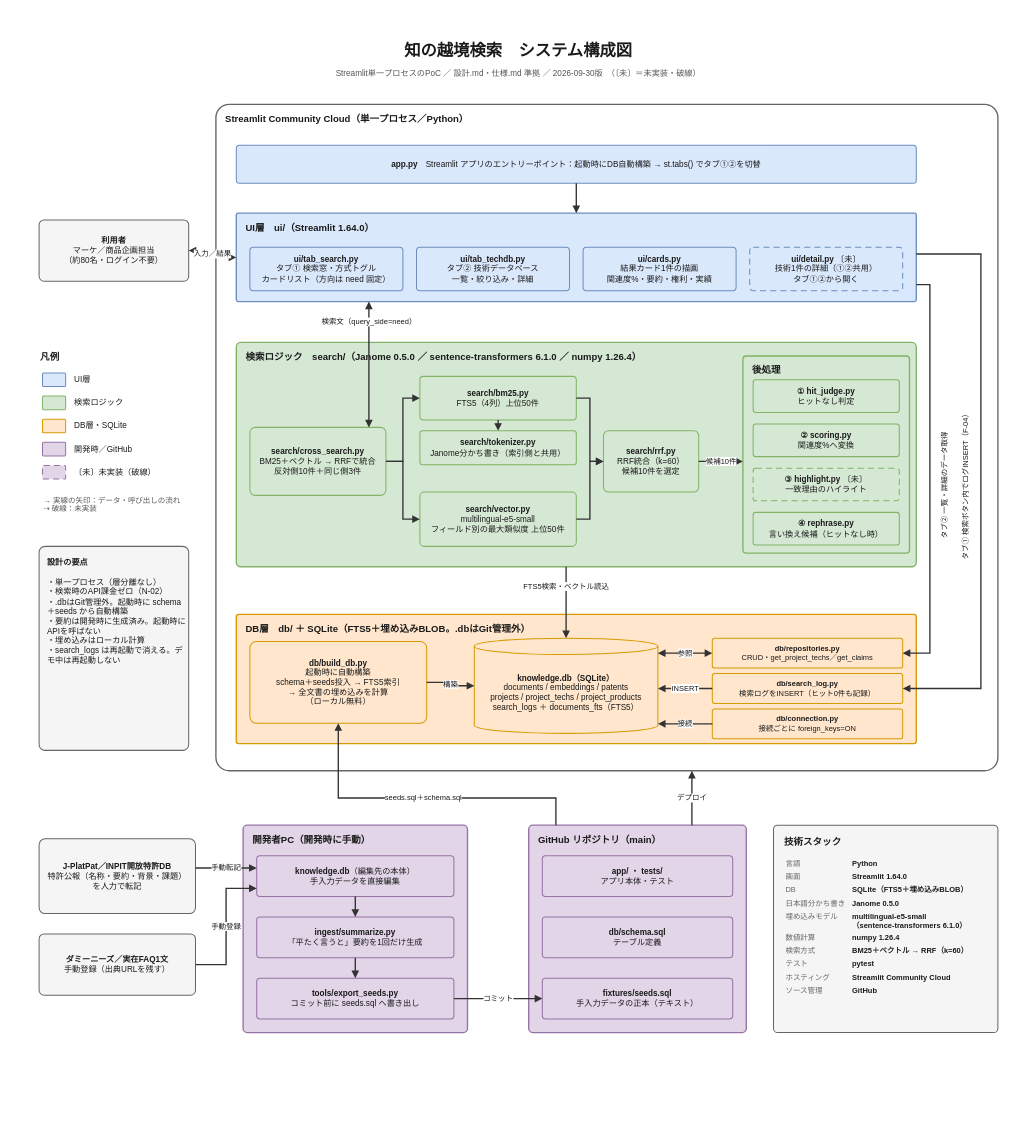
Before: docs/architecture/architecture.drawio in osamu-jake/GoodJoB, a draw.io diagram. Source tidied: cells renumbered, new cells numbered last; positions are measured from the earlier drawing's top-left corner, leaving out a move shared by most shapes. Both pictures are drawn from the tidied source at 68%, with x=0, y=0 at pixel (39, 39).
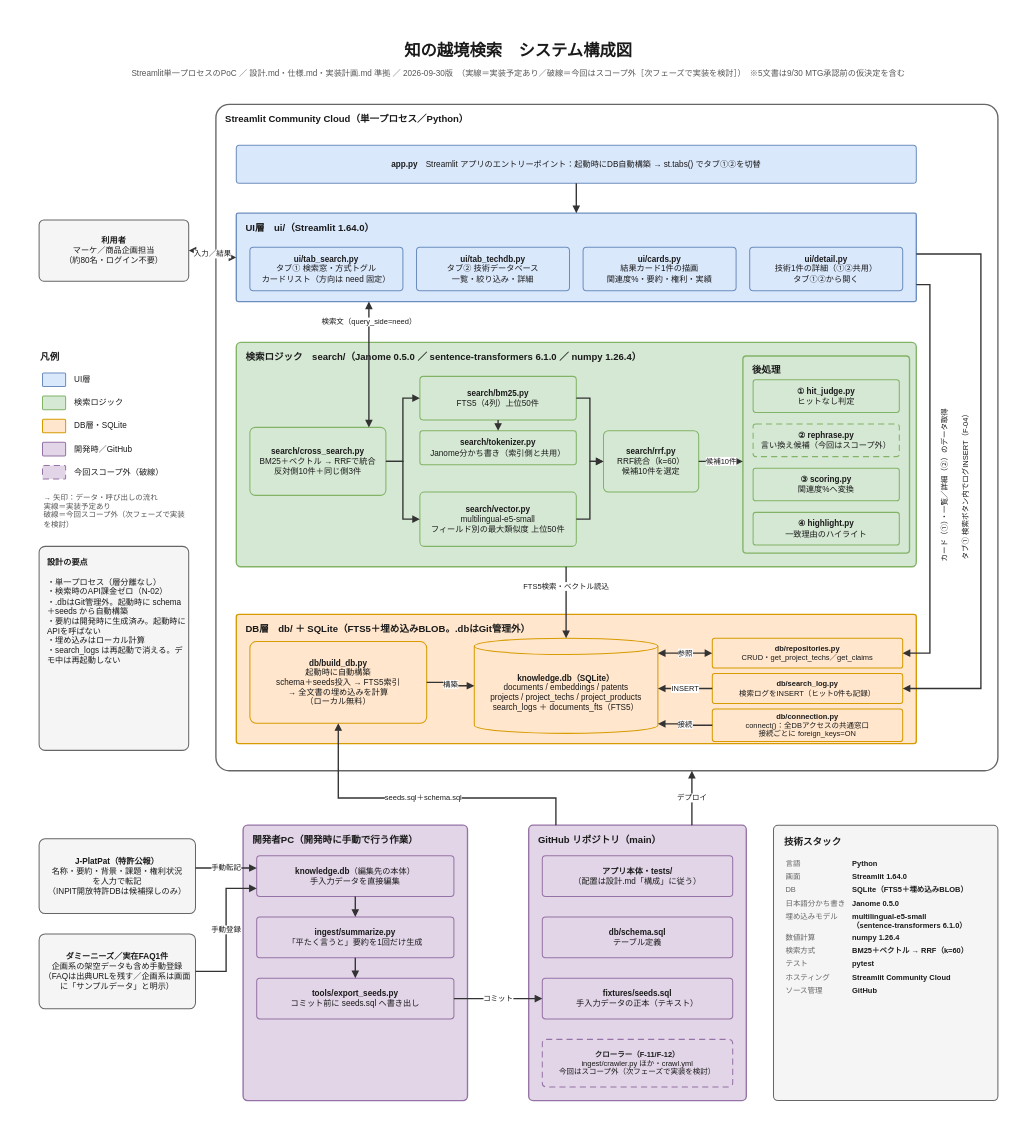
The same page after the edit.

Commit message (it also covers changes not shown here):
docs(infra): 構成図・ER図を「実装予定あり／今回スコープ外」の実線/破線に修正しレビュー指摘へ対応 (#11)

Unchanged cells that the change refers to:
```xml
<mxCell id="14" value="&lt;b&gt;search/bm25.py&lt;/b&gt;&lt;br&gt;FTS5（4列）上位50件" style="rounded=1;arcSize=8;whiteSpace=wrap;html=1;fillColor=#D5E8D4;strokeColor=#82B366;strokeWidth=1.5;fontFamily=Meiryo UI;fontSize=12;fontColor=#1A1A1A;spacing=4;" parent="1" vertex="1">
  <mxGeometry x="560" y="496" width="230" height="64" as="geometry" />
</mxCell>
<mxCell id="15" value="&lt;b&gt;search/tokenizer.py&lt;/b&gt;&lt;br&gt;Janome分かち書き（索引側と共用）" style="rounded=1;arcSize=8;whiteSpace=wrap;html=1;fillColor=#D5E8D4;strokeColor=#82B366;strokeWidth=1.5;fontFamily=Meiryo UI;fontSize=12;fontColor=#1A1A1A;spacing=4;" parent="1" vertex="1">
  <mxGeometry x="560" y="576" width="230" height="50" as="geometry" />
</mxCell>
```

What changed in the source:
```diff
@@
+    <mxCell id="78" style="rounded=0;whiteSpace=wrap;html=1;fillColor=#FFFFFF;strokeColor=none;" parent="1" vertex="1">
+      <mxGeometry x="-40" y="-40" width="1490" height="1641" as="geometry" />
+    </mxCell>
@@
-    <mxCell id="3" value="Streamlit単一プロセスのPoC ／ 設計.md・仕様.md 準拠 ／ 2026-09-30版　（〔未〕＝未実装・破線）" style="text;html=1;whiteSpace=wrap;align=center;verticalAlign=middle;fontFamily=Meiryo UI;fontSize=12;fontColor=#555555;" parent="1" vertex="1">
+    <mxCell id="3" value="Streamlit単一プロセスのPoC ／ 設計.md・仕様.md・実装計画.md 準拠 ／ 2026-09-30版　（実線＝実装予定あり／破線＝今回はスコープ外［次フェーズで実装を検討］）　※5文書は9/30 MTG承認前の仮決定を含む" style="text;html=1;whiteSpace=wrap;align=center;verticalAlign=middle;fontFamily=Meiryo UI;fontSize=12;fontColor=#555555;" parent="1" vertex="1">
       <mxGeometry y="38" width="1410" height="26" as="geometry" />
     </mxCell>
@@
-    <mxCell id="11" value="&lt;b&gt;ui/detail.py&lt;/b&gt; 〔未〕&lt;br&gt;技術1件の詳細（①②共用）&lt;br&gt;タブ①②から開く" style="rounded=1;arcSize=8;whiteSpace=wrap;html=1;fillColor=#DAE8FC;strokeColor=#6C8EBF;strokeWidth=1.5;fontFamily=Meiryo UI;fontSize=12;fontColor=#1A1A1A;spacing=4;dashed=1;dashPattern=6 4;" parent="1" vertex="1">
+    <mxCell id="11" value="&lt;b&gt;ui/detail.py&lt;/b&gt;&lt;br&gt;技術1件の詳細（①②共用）&lt;br&gt;タブ①②から開く" style="rounded=1;arcSize=8;whiteSpace=wrap;html=1;fillColor=#DAE8FC;strokeColor=#6C8EBF;strokeWidth=1.5;fontFamily=Meiryo UI;fontSize=12;fontColor=#1A1A1A;spacing=4;" parent="1" vertex="1">
       <mxGeometry x="1045" y="306" width="225" height="64" as="geometry" />
     </mxCell>
@@
-    <mxCell id="20" value="&lt;b&gt;② scoring.py&lt;/b&gt;&lt;br&gt;関連度%へ変換" style="rounded=1;arcSize=8;whiteSpace=wrap;html=1;fillColor=#D5E8D4;strokeColor=#82B366;strokeWidth=1.5;fontFamily=Meiryo UI;fontSize=12;fontColor=#1A1A1A;spacing=4;" parent="1" vertex="1">
-      <mxGeometry x="1050" y="566" width="215" height="48" as="geometry" />
+    <mxCell id="20" value="&lt;b&gt;③ scoring.py&lt;/b&gt;&lt;br&gt;関連度%へ変換" style="rounded=1;arcSize=8;whiteSpace=wrap;html=1;fillColor=#D5E8D4;strokeColor=#82B366;strokeWidth=1.5;fontFamily=Meiryo UI;fontSize=12;fontColor=#1A1A1A;spacing=4;" parent="1" vertex="1">
+      <mxGeometry x="1050" y="631" width="215" height="48" as="geometry" />
     </mxCell>
-    <mxCell id="21" value="&lt;b&gt;③ highlight.py&lt;/b&gt; 〔未〕&lt;br&gt;一致理由のハイライト" style="rounded=1;arcSize=8;whiteSpace=wrap;html=1;fillColor=#D5E8D4;strokeColor=#82B366;strokeWidth=1.5;fontFamily=Meiryo UI;fontSize=12;fontColor=#1A1A1A;spacing=4;dashed=1;dashPattern=6 4;" parent="1" vertex="1">
-      <mxGeometry x="1050" y="631" width="215" height="48" as="geometry" />
+    <mxCell id="21" value="&lt;b&gt;④ highlight.py&lt;/b&gt;&lt;br&gt;一致理由のハイライト" style="rounded=1;arcSize=8;whiteSpace=wrap;html=1;fillColor=#D5E8D4;strokeColor=#82B366;strokeWidth=1.5;fontFamily=Meiryo UI;fontSize=12;fontColor=#1A1A1A;spacing=4;" parent="1" vertex="1">
+      <mxGeometry x="1050" y="696" width="215" height="48" as="geometry" />
     </mxCell>
-    <mxCell id="22" value="&lt;b&gt;④ rephrase.py&lt;/b&gt;&lt;br&gt;言い換え候補（ヒットなし時）" style="rounded=1;arcSize=8;whiteSpace=wrap;html=1;fillColor=#D5E8D4;strokeColor=#82B366;strokeWidth=1.5;fontFamily=Meiryo UI;fontSize=12;fontColor=#1A1A1A;spacing=4;" parent="1" vertex="1">
-      <mxGeometry x="1050" y="696" width="215" height="48" as="geometry" />
+    <mxCell id="22" value="&lt;b&gt;② rephrase.py&lt;/b&gt;&lt;br&gt;言い換え候補（今回はスコープ外）" style="rounded=1;arcSize=8;whiteSpace=wrap;html=1;fillColor=#D5E8D4;strokeColor=#82B366;strokeWidth=1.5;fontFamily=Meiryo UI;fontSize=12;fontColor=#1A1A1A;spacing=4;dashed=1;dashPattern=6 4;" parent="1" vertex="1">
+      <mxGeometry x="1050" y="566" width="215" height="48" as="geometry" />
     </mxCell>
@@
-    <mxCell id="28" value="&lt;b&gt;db/connection.py&lt;/b&gt;&lt;br&gt;接続ごとに foreign_keys=ON" style="rounded=1;arcSize=8;whiteSpace=wrap;html=1;fillColor=#FFE6CC;strokeColor=#D79B00;strokeWidth=1.5;fontFamily=Meiryo UI;fontSize=11;fontColor=#1A1A1A;spacing=4;" parent="1" vertex="1">
-      <mxGeometry x="990" y="985" width="280" height="44" as="geometry" />
+    <mxCell id="28" value="&lt;b&gt;db/connection.py&lt;/b&gt;&lt;br&gt;connect()：全DBアクセスの共通窓口&lt;br&gt;接続ごとに foreign_keys=ON" style="rounded=1;arcSize=8;whiteSpace=wrap;html=1;fillColor=#FFE6CC;strokeColor=#D79B00;strokeWidth=1.5;fontFamily=Meiryo UI;fontSize=11;fontColor=#1A1A1A;spacing=4;" parent="1" vertex="1">
+      <mxGeometry x="990" y="985" width="280" height="48" as="geometry" />
     </mxCell>
-    <mxCell id="29" value="&lt;b&gt;J-PlatPat／INPIT開放特許DB&lt;/b&gt;&lt;br&gt;特許公報（名称・要約・背景・課題）&lt;br&gt;を人力で転記" style="rounded=1;arcSize=8;whiteSpace=wrap;html=1;fillColor=#F5F5F5;strokeColor=#666666;strokeWidth=1.5;fontFamily=Meiryo UI;fontSize=12;fontColor=#1A1A1A;spacing=4;" parent="1" vertex="1">
+    <mxCell id="29" value="&lt;b&gt;J-PlatPat（特許公報）&lt;/b&gt;&lt;br&gt;名称・要約・背景・課題・権利状況&lt;br&gt;を人力で転記&lt;br&gt;（INPIT開放特許DBは候補探しのみ）" style="rounded=1;arcSize=8;whiteSpace=wrap;html=1;fillColor=#F5F5F5;strokeColor=#666666;strokeWidth=1.5;fontFamily=Meiryo UI;fontSize=12;fontColor=#1A1A1A;spacing=4;" parent="1" vertex="1">
       <mxGeometry y="1176" width="230" height="110" as="geometry" />
     </mxCell>
-    <mxCell id="30" value="&lt;b&gt;ダミーニーズ／実在FAQ1文&lt;/b&gt;&lt;br&gt;手動登録（出典URLを残す）" style="rounded=1;arcSize=8;whiteSpace=wrap;html=1;fillColor=#F5F5F5;strokeColor=#666666;strokeWidth=1.5;fontFamily=Meiryo UI;fontSize=12;fontColor=#1A1A1A;spacing=4;" parent="1" vertex="1">
-      <mxGeometry y="1316" width="230" height="90" as="geometry" />
+    <mxCell id="30" value="&lt;b&gt;ダミーニーズ／実在FAQ1件&lt;/b&gt;&lt;br&gt;企画系の架空データも含め手動登録&lt;br&gt;（FAQは出典URLを残す／企画系は画面に「サンプルデータ」と明示）" style="rounded=1;arcSize=8;whiteSpace=wrap;html=1;fillColor=#F5F5F5;strokeColor=#666666;strokeWidth=1.5;fontFamily=Meiryo UI;fontSize=12;fontColor=#1A1A1A;spacing=4;" parent="1" vertex="1">
+      <mxGeometry y="1316" width="230" height="110" as="geometry" />
     </mxCell>
-    <mxCell id="31" value="開発者PC（開発時に手動）" style="rounded=1;arcSize=2;whiteSpace=wrap;html=1;fillColor=#E1D5E7;strokeColor=#9673A6;strokeWidth=2;fontFamily=Meiryo UI;fontSize=14;fontStyle=1;fontColor=#1A1A1A;verticalAlign=top;align=left;spacingLeft=12;spacingTop=6;" parent="1" vertex="1">
-      <mxGeometry x="300" y="1156" width="330" height="305" as="geometry" />
+    <mxCell id="31" value="開発者PC（開発時に手動で行う作業）" style="rounded=1;arcSize=2;whiteSpace=wrap;html=1;fillColor=#E1D5E7;strokeColor=#9673A6;strokeWidth=2;fontFamily=Meiryo UI;fontSize=14;fontStyle=1;fontColor=#1A1A1A;verticalAlign=top;align=left;spacingLeft=12;spacingTop=6;" parent="1" vertex="1">
+      <mxGeometry x="300" y="1156" width="330" height="405" as="geometry" />
     </mxCell>
@@
     <mxCell id="35" value="GitHub リポジトリ（main）" style="rounded=1;arcSize=2;whiteSpace=wrap;html=1;fillColor=#E1D5E7;strokeColor=#9673A6;strokeWidth=2;fontFamily=Meiryo UI;fontSize=14;fontStyle=1;fontColor=#1A1A1A;verticalAlign=top;align=left;spacingLeft=12;spacingTop=6;" parent="1" vertex="1">
-      <mxGeometry x="720" y="1156" width="320" height="305" as="geometry" />
+      <mxGeometry x="720" y="1156" width="320" height="405" as="geometry" />
     </mxCell>
-    <mxCell id="36" value="&lt;b&gt;app/ ・ tests/&lt;/b&gt;&lt;br&gt;アプリ本体・テスト" style="rounded=1;arcSize=8;whiteSpace=wrap;html=1;fillColor=#E1D5E7;strokeColor=#9673A6;strokeWidth=1.5;fontFamily=Meiryo UI;fontSize=12;fontColor=#1A1A1A;spacing=4;" parent="1" vertex="1">
+    <mxCell id="36" value="&lt;b&gt;アプリ本体・tests/&lt;/b&gt;&lt;br&gt;（配置は設計.md「構成」に従う）" style="rounded=1;arcSize=8;whiteSpace=wrap;html=1;fillColor=#E1D5E7;strokeColor=#9673A6;strokeWidth=1.5;fontFamily=Meiryo UI;fontSize=12;fontColor=#1A1A1A;spacing=4;" parent="1" vertex="1">
       <mxGeometry x="740" y="1201" width="280" height="60" as="geometry" />
     </mxCell>
@@
     <mxCell id="39" value="&lt;b style=&quot;font-size:14px&quot;&gt;技術スタック&lt;/b&gt;&lt;br&gt;&lt;br&gt;&lt;table style=&quot;font-size:11px;text-align:left&quot;&gt;&lt;tr&gt;&lt;td style=&quot;padding:2px 8px 2px 0;color:#666666;white-space:nowrap;vertical-align:top&quot;&gt;言語&lt;/td&gt;&lt;td style=&quot;padding:2px 0&quot;&gt;&lt;b&gt;Python&lt;/b&gt;&lt;/td&gt;&lt;/tr&gt;&lt;tr&gt;&lt;td style=&quot;padding:2px 8px 2px 0;color:#666666;white-space:nowrap;vertical-align:top&quot;&gt;画面&lt;/td&gt;&lt;td style=&quot;padding:2px 0&quot;&gt;&lt;b&gt;Streamlit 1.64.0&lt;/b&gt;&lt;/td&gt;&lt;/tr&gt;&lt;tr&gt;&lt;td style=&quot;padding:2px 8px 2px 0;color:#666666;white-space:nowrap;vertical-align:top&quot;&gt;DB&lt;/td&gt;&lt;td style=&quot;padding:2px 0&quot;&gt;&lt;b&gt;SQLite（FTS5＋埋め込みBLOB）&lt;/b&gt;&lt;/td&gt;&lt;/tr&gt;&lt;tr&gt;&lt;td style=&quot;padding:2px 8px 2px 0;color:#666666;white-space:nowrap;vertical-align:top&quot;&gt;日本語分かち書き&lt;/td&gt;&lt;td style=&quot;padding:2px 0&quot;&gt;&lt;b&gt;Janome 0.5.0&lt;/b&gt;&lt;/td&gt;&lt;/tr&gt;&lt;tr&gt;&lt;td style=&quot;padding:2px 8px 2px 0;color:#666666;white-space:nowrap;vertical-align:top&quot;&gt;埋め込みモデル&lt;/td&gt;&lt;td style=&quot;padding:2px 0&quot;&gt;&lt;b&gt;multilingual-e5-small&lt;br&gt;（sentence-transformers 6.1.0）&lt;/b&gt;&lt;/td&gt;&lt;/tr&gt;&lt;tr&gt;&lt;td style=&quot;padding:2px 8px 2px 0;color:#666666;white-space:nowrap;vertical-align:top&quot;&gt;数値計算&lt;/td&gt;&lt;td style=&quot;padding:2px 0&quot;&gt;&lt;b&gt;numpy 1.26.4&lt;/b&gt;&lt;/td&gt;&lt;/tr&gt;&lt;tr&gt;&lt;td style=&quot;padding:2px 8px 2px 0;color:#666666;white-space:nowrap;vertical-align:top&quot;&gt;検索方式&lt;/td&gt;&lt;td style=&quot;padding:2px 0&quot;&gt;&lt;b&gt;BM25＋ベクトル → RRF（k=60）&lt;/b&gt;&lt;/td&gt;&lt;/tr&gt;&lt;tr&gt;&lt;td style=&quot;padding:2px 8px 2px 0;color:#666666;white-space:nowrap;vertical-align:top&quot;&gt;テスト&lt;/td&gt;&lt;td style=&quot;padding:2px 0&quot;&gt;&lt;b&gt;pytest&lt;/b&gt;&lt;/td&gt;&lt;/tr&gt;&lt;tr&gt;&lt;td style=&quot;padding:2px 8px 2px 0;color:#666666;white-space:nowrap;vertical-align:top&quot;&gt;ホスティング&lt;/td&gt;&lt;td style=&quot;padding:2px 0&quot;&gt;&lt;b&gt;Streamlit Community Cloud&lt;/b&gt;&lt;/td&gt;&lt;/tr&gt;&lt;tr&gt;&lt;td style=&quot;padding:2px 8px 2px 0;color:#666666;white-space:nowrap;vertical-align:top&quot;&gt;ソース管理&lt;/td&gt;&lt;td style=&quot;padding:2px 0&quot;&gt;&lt;b&gt;GitHub&lt;/b&gt;&lt;/td&gt;&lt;/tr&gt;&lt;/table&gt;" style="rounded=1;arcSize=2;strokeWidth=2;align=left;verticalAlign=top;spacingLeft=12;spacingTop=8;whiteSpace=wrap;html=1;fillColor=#F5F5F5;strokeColor=#666666;strokeWidth=1.5;fontFamily=Meiryo UI;fontSize=11;fontColor=#1A1A1A;spacing=4;" parent="1" vertex="1">
-      <mxGeometry x="1080" y="1156" width="330" height="305" as="geometry" />
+      <mxGeometry x="1080" y="1156" width="330" height="405" as="geometry" />
     </mxCell>
+    <mxCell id="79" value="&lt;b&gt;クローラー（F-11/F-12）&lt;/b&gt;&lt;br&gt;ingest/crawler.py ほか・crawl.yml&lt;br&gt;今回はスコープ外（次フェーズで実装を検討）" style="rounded=1;arcSize=8;whiteSpace=wrap;html=1;fillColor=#E1D5E7;strokeColor=#9673A6;strokeWidth=1.5;fontFamily=Meiryo UI;fontSize=11;fontColor=#1A1A1A;spacing=4;dashed=1;dashPattern=6 4;" parent="1" vertex="1">
+      <mxGeometry x="740" y="1471" width="280" height="70" as="geometry" />
+    </mxCell>
@@
-    <mxCell id="50" value="〔未〕未実装（破線）" style="text;html=1;whiteSpace=wrap;align=left;verticalAlign=middle;fontFamily=Meiryo UI;fontSize=12;fontColor=#1A1A1A;" parent="1" vertex="1">
+    <mxCell id="50" value="今回スコープ外（破線）" style="text;html=1;whiteSpace=wrap;align=left;verticalAlign=middle;fontFamily=Meiryo UI;fontSize=12;fontColor=#1A1A1A;" parent="1" vertex="1">
       <mxGeometry x="50" y="625" width="170" height="24" as="geometry" />
     </mxCell>
-    <mxCell id="51" value="→ 実線の矢印：データ・呼び出しの流れ&lt;br&gt;⇢ 破線：未実装" style="text;html=1;whiteSpace=wrap;align=left;verticalAlign=top;fontFamily=Meiryo UI;fontSize=11;fontColor=#555555;" parent="1" vertex="1">
-      <mxGeometry x="5" y="665" width="215" height="40" as="geometry" />
+    <mxCell id="51" value="→ 矢印：データ・呼び出しの流れ&lt;br&gt;実線＝実装予定あり&lt;br&gt;破線＝今回スコープ外（次フェーズで実装を検討）" style="text;html=1;whiteSpace=wrap;align=left;verticalAlign=top;fontFamily=Meiryo UI;fontSize=11;fontColor=#555555;" parent="1" vertex="1">
+      <mxGeometry x="5" y="661" width="215" height="80" as="geometry" />
     </mxCell>
@@
-    <mxCell id="60" style="edgeStyle=orthogonalEdgeStyle;rounded=0;html=1;jettySize=auto;strokeWidth=2;strokeColor=#333333;endArrow=block;endFill=1;fontFamily=Meiryo UI;fontSize=11;fontColor=#1A1A1A;labelBackgroundColor=#FFFFFF;dashed=1;dashPattern=6 4;exitX=0.5;exitY=1;exitDx=0;exitDy=0;entryX=0.5;entryY=0;entryDx=0;entryDy=0;" parent="1" edge="1" source="14" target="15">
+    <mxCell id="60" style="edgeStyle=orthogonalEdgeStyle;rounded=0;html=1;jettySize=auto;strokeWidth=2;strokeColor=#333333;endArrow=block;endFill=1;fontFamily=Meiryo UI;fontSize=11;fontColor=#1A1A1A;labelBackgroundColor=#FFFFFF;exitX=0.5;exitY=1;exitDx=0;exitDy=0;entryX=0.5;entryY=0;entryDx=0;entryDy=0;" parent="1" edge="1" source="14" target="15">
       <mxGeometry relative="1" as="geometry" />
     </mxCell>
@@
-    <mxCell id="69" value="タブ② 一覧・詳細のデータ取得" style="text;html=1;whiteSpace=wrap;align=center;verticalAlign=middle;fontFamily=Meiryo UI;fontSize=11;fontColor=#1A1A1A;rotation=270;" parent="1" vertex="1">
+    <mxCell id="69" value="カード（①）・一覧／詳細（②）のデータ取得" style="text;html=1;whiteSpace=wrap;align=center;verticalAlign=middle;fontFamily=Meiryo UI;fontSize=11;fontColor=#1A1A1A;rotation=270;" parent="1" vertex="1">
       <mxGeometry x="1142" y="641" width="380" height="30" as="geometry" />
     </mxCell>
```
